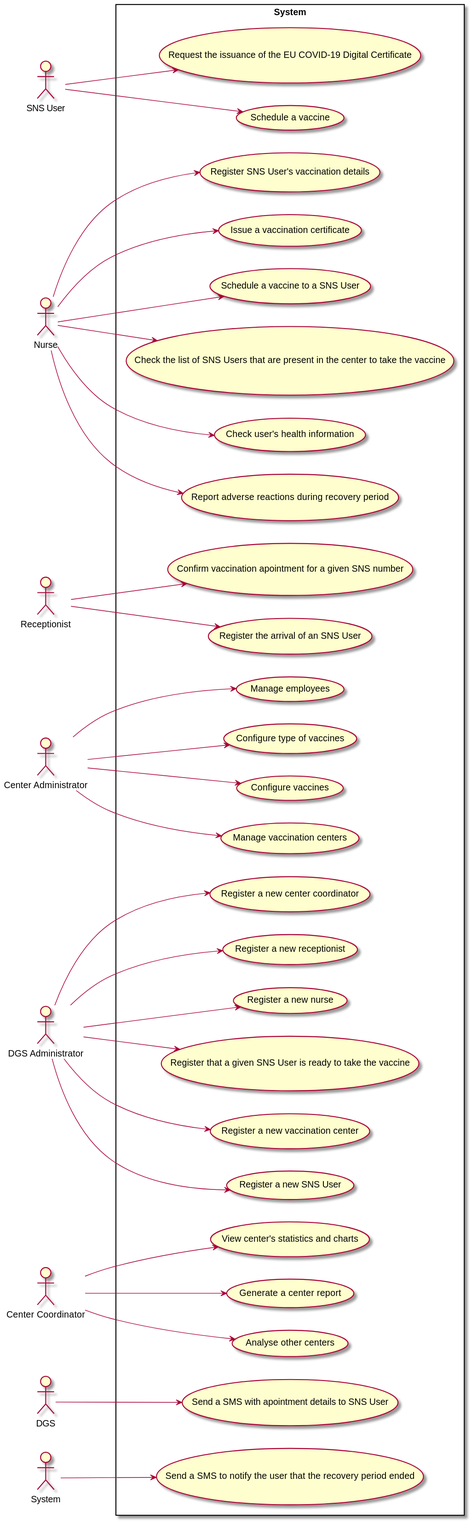
Above: docs/SprintA/UCD.svg in miseEnPlace-i/lapr2 (PlantUML), before the change.
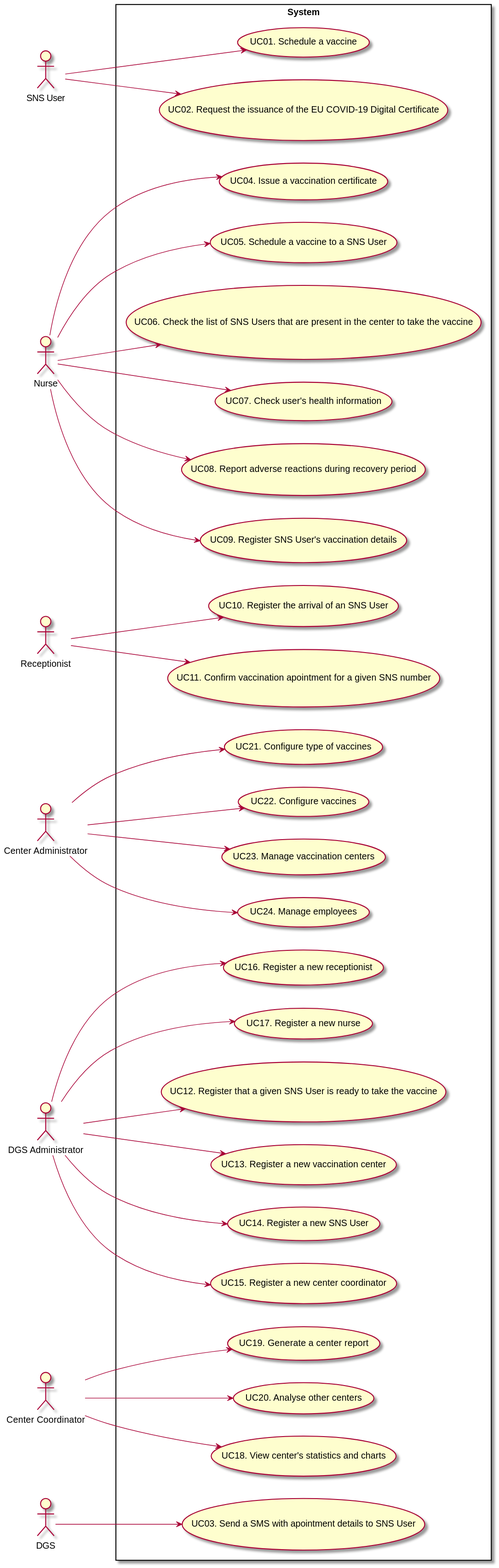
After the change.

What changed in the source:
```diff
@@ -9,34 +9,32 @@
 actor "DGS Administrator" as dgsadmin
 actor "Center Coordinator" as coordinator
 actor "DGS" as dgs
-actor "System" as system
 
 rectangle System {
-  usecase "Schedule a vaccine" as UC01
-  usecase "Request the issuance of the EU COVID-19 Digital Certificate" as UC02
-  usecase "Send a SMS with apointment details to SNS User" as UC03
-  usecase "Issue a vaccination certificate" as UC04
-  usecase "Schedule a vaccine to a SNS User" as UC05
-  usecase "Check the list of SNS Users that are present in the center to take the vaccine" as UC06
-  usecase "Check user's health information" as UC07
-  usecase "Report adverse reactions during recovery period" as UC08
-  usecase "Register SNS User's vaccination details" as UC09
-  usecase "Register the arrival of an SNS User" as UC10
-  usecase "Confirm vaccination apointment for a given SNS number" as UC11
-  usecase "Register that a given SNS User is ready to take the vaccine" as UC12
-  usecase "Register a new vaccination center" as UC13
-  usecase "Register a new SNS User" as UC14
-  usecase "Register a new center coordinator" as UC15
-  usecase "Register a new receptionist" as UC16
-  usecase "Register a new nurse" as UC17
-  usecase "View center's statistics and charts" as UC18
-  usecase "Generate a center report" as UC19
-  usecase "Analyse other centers" as UC20
-  usecase "Configure type of vaccines" as UC21
-  usecase "Configure vaccines" as UC22
-  usecase "Manage vaccination centers" as UC23
-  usecase "Manage employees" as UC24
-  usecase "Send a SMS to notify the user that the recovery period ended" as US25
+  usecase "UC01. Schedule a vaccine" as UC01
+  usecase "UC02. Request the issuance of the EU COVID-19 Digital Certificate" as UC02
+  usecase "UC03. Send a SMS with apointment details to SNS User" as UC03
+  usecase "UC04. Issue a vaccination certificate" as UC04
+  usecase "UC05. Schedule a vaccine to a SNS User" as UC05
+  usecase "UC06. Check the list of SNS Users that are present in the center to take the vaccine" as UC06
+  usecase "UC07. Check user's health information" as UC07
+  usecase "UC08. Report adverse reactions during recovery period" as UC08
+  usecase "UC09. Register SNS User's vaccination details" as UC09
+  usecase "UC10. Register the arrival of an SNS User" as UC10
+  usecase "UC11. Confirm vaccination apointment for a given SNS number" as UC11
+  usecase "UC12. Register that a given SNS User is ready to take the vaccine" as UC12
+  usecase "UC13. Register a new vaccination center" as UC13
+  usecase "UC14. Register a new SNS User" as UC14
+  usecase "UC15. Register a new center coordinator" as UC15
+  usecase "UC16. Register a new receptionist" as UC16
+  usecase "UC17. Register a new nurse" as UC17
+  usecase "UC18. View center's statistics and charts" as UC18
+  usecase "UC19. Generate a center report" as UC19
+  usecase "UC20. Analyse other centers" as UC20
+  usecase "UC21. Configure type of vaccines" as UC21
+  usecase "UC22. Configure vaccines" as UC22
+  usecase "UC23. Manage vaccination centers" as UC23
+  usecase "UC24. Manage employees" as UC24
 }
 
 user --> UC01
@@ -63,6 +61,5 @@
 cadmin --> UC22
 cadmin --> UC23
 cadmin --> UC24
-system --> US25
 
 @enduml
```
